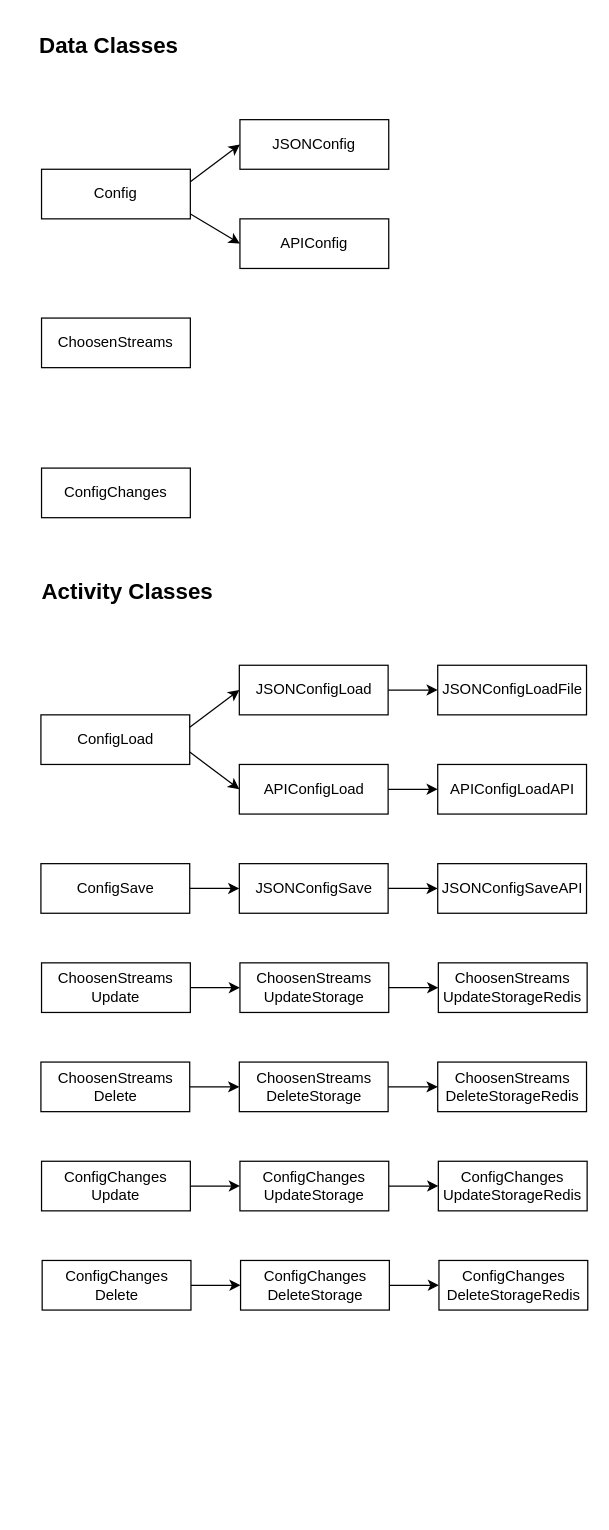
Above: page "Classes Structure" (2 of 2) of FSConfig.drawio in AntonSheinin/FSConfig (draw.io), before the change. Source tidied: cells renumbered, new cells numbered last; positions are measured from the earlier drawing's top-left corner, leaving out a move shared by most shapes. Both pictures are drawn from the tidied source at 124%, with x=0, y=0 at pixel (21, 21).
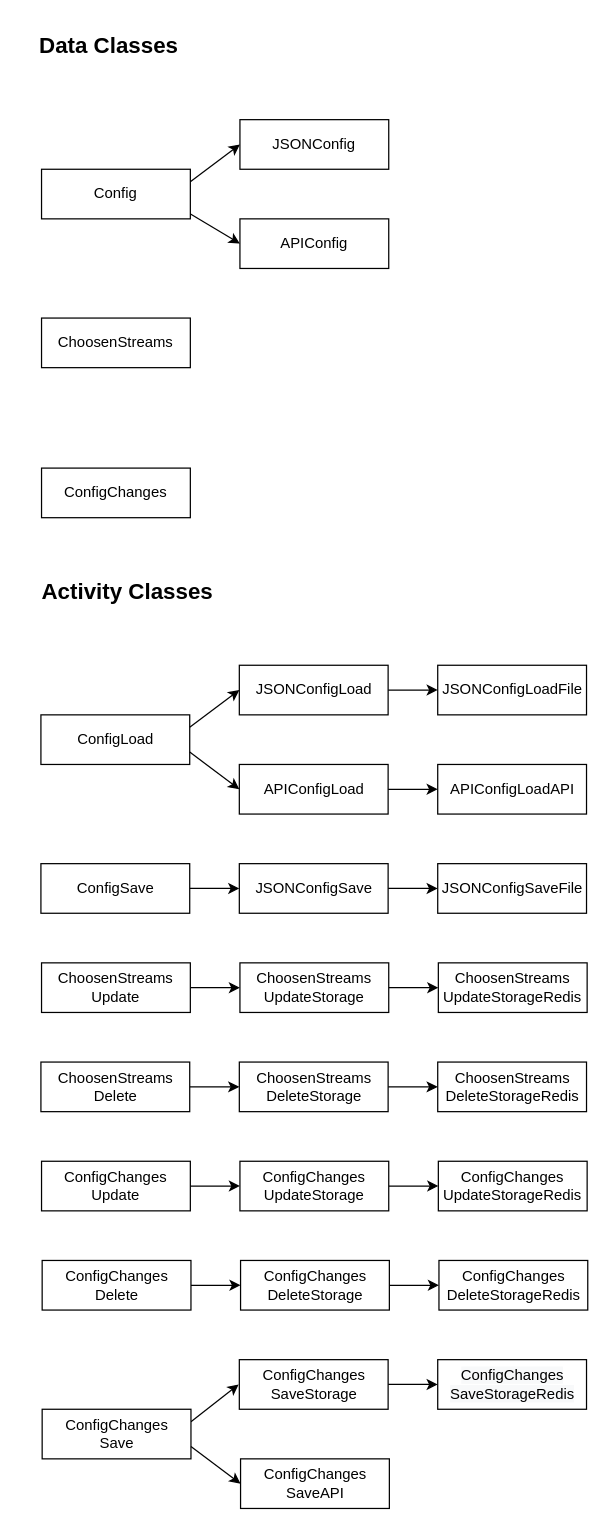
The same page after the edit.

Diff of the diagram source:
```diff
@@
-    <mxCell id="24" value="JSONConfigSaveAPI" style="whiteSpace=wrap;html=1;rounded=0;" parent="1" vertex="1">
+    <mxCell id="24" value="JSONConfigSaveFile" style="whiteSpace=wrap;html=1;rounded=0;" parent="1" vertex="1">
       <mxGeometry x="335.5" y="679" width="120" height="40" as="geometry" />
     </mxCell>
@@
+    <mxCell id="45" style="edgeStyle=none;rounded=0;jettySize=auto;html=1;fontSize=12;exitX=1;exitY=0.25;exitDx=0;exitDy=0;" parent="1" edge="1" source="46">
+      <mxGeometry relative="1" as="geometry">
+        <mxPoint x="175" y="1099" as="targetPoint" />
+      </mxGeometry>
+    </mxCell>
+    <mxCell id="46" value="ConfigChanges&lt;br&gt;Save" style="rounded=0;whiteSpace=wrap;html=1;" parent="1" vertex="1">
+      <mxGeometry x="16.5" y="1119" width="120" height="40" as="geometry" />
+    </mxCell>
+    <mxCell id="47" value="ConfigChanges&lt;br&gt;SaveAPI" style="whiteSpace=wrap;html=1;rounded=0;" parent="1" vertex="1">
+      <mxGeometry x="176.5" y="1159" width="120" height="40" as="geometry" />
+    </mxCell>
+    <mxCell id="48" style="edgeStyle=none;rounded=0;jettySize=auto;html=1;fontSize=12;" parent="1" edge="1" source="49" target="51">
+      <mxGeometry relative="1" as="geometry" />
+    </mxCell>
+    <mxCell id="49" value="ConfigChanges&lt;br&gt;SaveStorage" style="whiteSpace=wrap;html=1;rounded=0;" parent="1" vertex="1">
+      <mxGeometry x="175.5" y="1079" width="120" height="40" as="geometry" />
+    </mxCell>
+    <mxCell id="50" style="edgeStyle=none;rounded=0;jettySize=auto;html=1;fontSize=12;exitX=1;exitY=0.75;exitDx=0;exitDy=0;entryX=0;entryY=0.5;entryDx=0;entryDy=0;" parent="1" edge="1" source="46" target="47">
+      <mxGeometry relative="1" as="geometry" />
+    </mxCell>
+    <mxCell id="51" value="&lt;span style=&quot;color: rgb(0, 0, 0); font-family: Helvetica; font-size: 12px; font-style: normal; font-variant-ligatures: normal; font-variant-caps: normal; font-weight: 400; letter-spacing: normal; orphans: 2; text-align: center; text-indent: 0px; text-transform: none; widows: 2; word-spacing: 0px; -webkit-text-stroke-width: 0px; background-color: rgb(248, 249, 250); text-decoration-thickness: initial; text-decoration-style: initial; text-decoration-color: initial; float: none; display: inline !important;&quot;&gt;ConfigChanges&lt;/span&gt;&lt;br style=&quot;color: rgb(0, 0, 0); font-family: Helvetica; font-size: 12px; font-style: normal; font-variant-ligatures: normal; font-variant-caps: normal; font-weight: 400; letter-spacing: normal; orphans: 2; text-align: center; text-indent: 0px; text-transform: none; widows: 2; word-spacing: 0px; -webkit-text-stroke-width: 0px; background-color: rgb(248, 249, 250); text-decoration-thickness: initial; text-decoration-style: initial; text-decoration-color: initial;&quot;&gt;&lt;span style=&quot;color: rgb(0, 0, 0); font-family: Helvetica; font-size: 12px; font-style: normal; font-variant-ligatures: normal; font-variant-caps: normal; font-weight: 400; letter-spacing: normal; orphans: 2; text-align: center; text-indent: 0px; text-transform: none; widows: 2; word-spacing: 0px; -webkit-text-stroke-width: 0px; background-color: rgb(248, 249, 250); text-decoration-thickness: initial; text-decoration-style: initial; text-decoration-color: initial; float: none; display: inline !important;&quot;&gt;SaveStorageRedis&lt;/span&gt;&lt;br&gt;" style="whiteSpace=wrap;html=1;rounded=0;" parent="1" vertex="1">
+      <mxGeometry x="335.5" y="1079" width="120" height="40" as="geometry" />
+    </mxCell>
```
